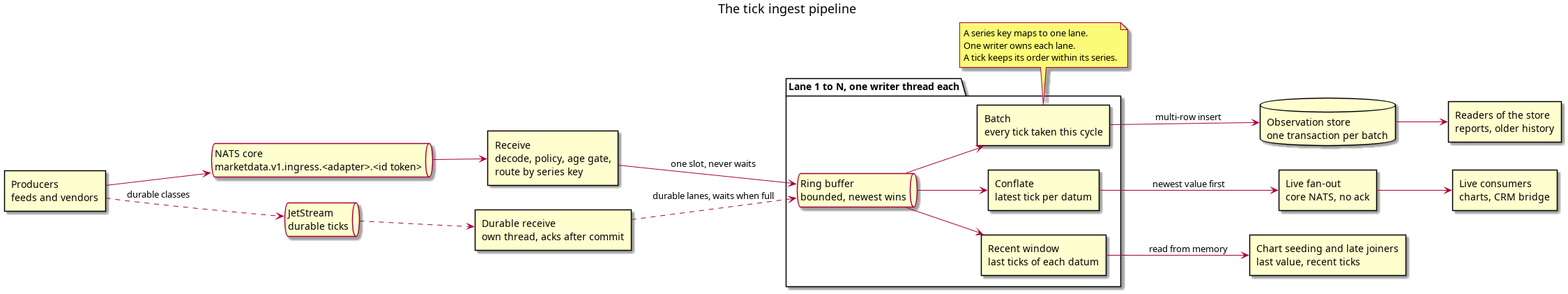
The PlantUML diagram doc/knowledge/architecture/tick_ingest_pipeline.png in OreStudio/OreStudio, before a commit. Its source is kept beside it as doc/knowledge/architecture/tick_ingest_pipeline.puml.
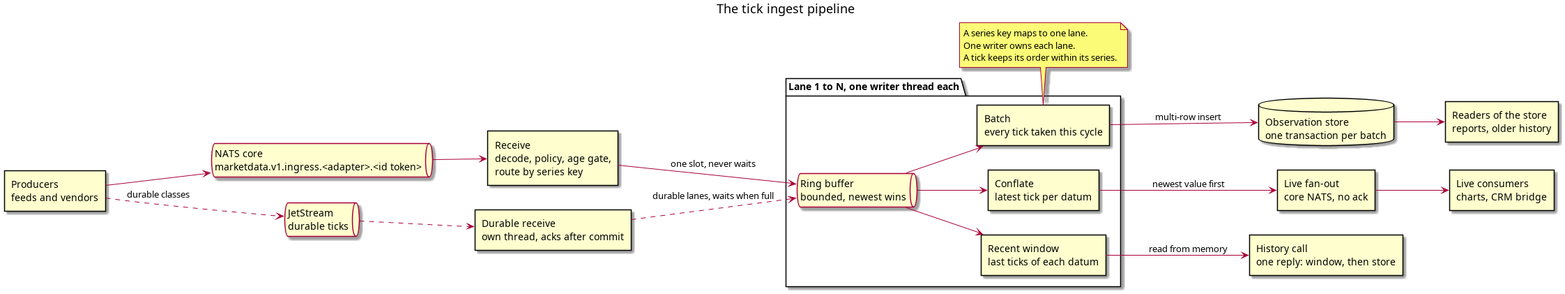
The same file after the commit.

Diff of the diagram source:
```diff
@@ -22,7 +22,7 @@
 database "Observation store\none transaction per batch" as db
 rectangle "Live consumers\ncharts, CRM bridge" as cons
 rectangle "Readers of the store\nreports, older history" as readers
-rectangle "Chart seeding and late joiners\nlast value, recent ticks" as seed
+rectangle "History call\none reply: window, then store" as seed
 
 prod --> nats
 prod ..> js : durable classes
```
